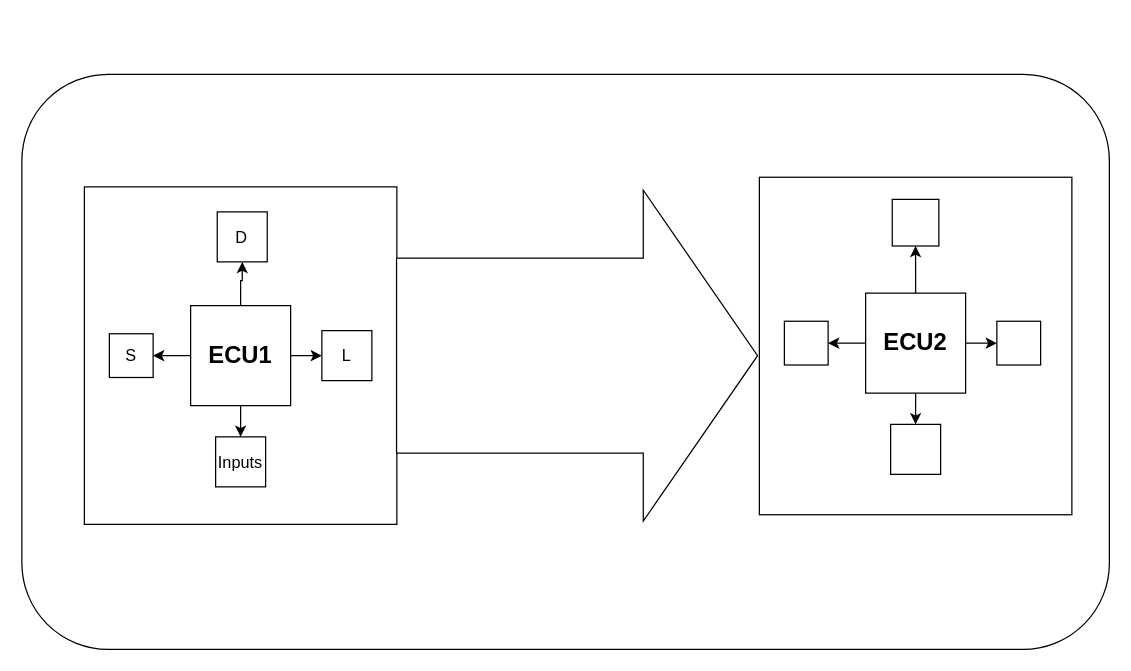
Above: Untitled Diagram.drawio in Tasnime1/Automotive-Door-Control-System-Design-Full-Static-and-Dynamic-Designs (draw.io), before the change. Source tidied: cells renumbered, new cells numbered last; positions are measured from the earlier drawing's top-left corner, leaving out a move shared by most shapes. Both pictures are drawn from the tidied source at 125%, with x=0, y=0 at pixel (21, 74).
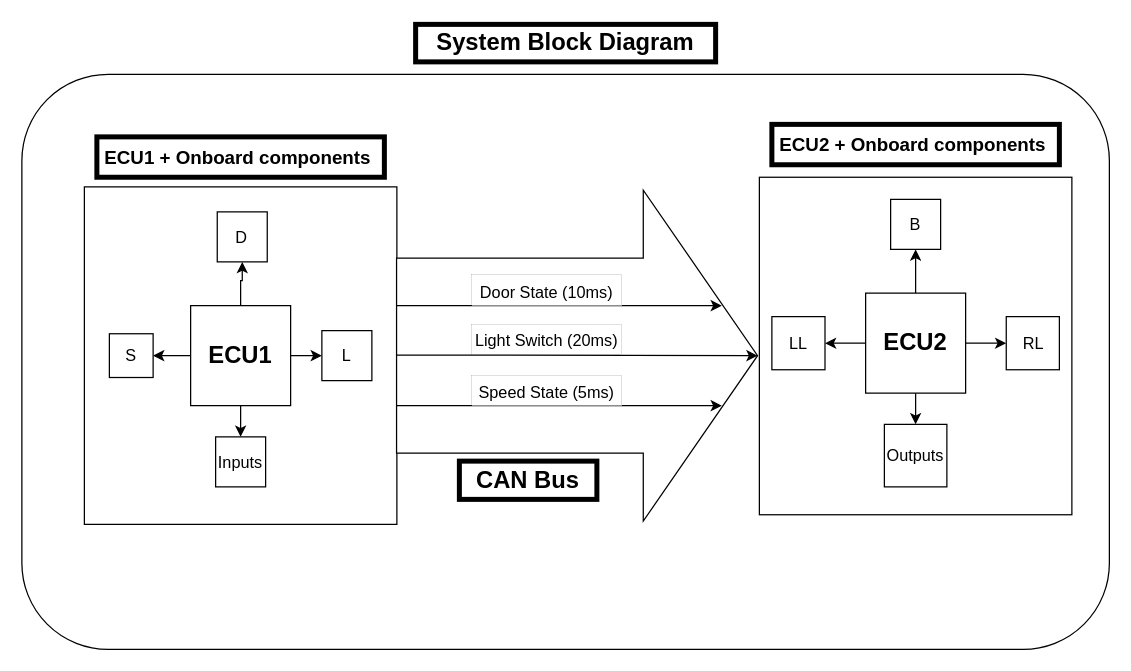
The same page after the edit.

The change refers to these unchanged cells:
```xml
<mxCell id="9" style="html=1;shadow=0;dashed=0;align=center;verticalAlign=middle;shape=mxgraph.arrows2.arrow;dy=0.41;dx=91.43;direction=north;notch=0;rotation=90;" parent="1" vertex="1">
  <mxGeometry x="311.8" y="80.6" width="264.7" height="288.8" as="geometry" />
</mxCell>
```

Change to the diagram source:
```diff
@@
-    <mxCell id="20" style="whiteSpace=wrap;html=1;" parent="1" vertex="1">
-      <mxGeometry x="780" y="197.5" width="35" height="35" as="geometry" />
+    <mxCell id="20" value="&lt;font style=&quot;font-size: 13px;&quot;&gt;RL&lt;/font&gt;" style="whiteSpace=wrap;html=1;" parent="1" vertex="1">
+      <mxGeometry x="787.5" y="193.8" width="42.5" height="42.5" as="geometry" />
     </mxCell>
-    <mxCell id="21" style="whiteSpace=wrap;html=1;" parent="1" vertex="1">
-      <mxGeometry x="610" y="197.5" width="35" height="35" as="geometry" />
+    <mxCell id="21" value="&lt;font style=&quot;font-size: 13px;&quot;&gt;LL&lt;/font&gt;" style="whiteSpace=wrap;html=1;" parent="1" vertex="1">
+      <mxGeometry x="600" y="193.8" width="42.5" height="42.5" as="geometry" />
     </mxCell>
-    <mxCell id="22" style="whiteSpace=wrap;html=1;" parent="1" vertex="1">
-      <mxGeometry x="696.3" y="100" width="37.3" height="37.3" as="geometry" />
+    <mxCell id="22" value="&lt;font style=&quot;font-size: 13px;&quot;&gt;B&lt;/font&gt;" style="whiteSpace=wrap;html=1;" parent="1" vertex="1">
+      <mxGeometry x="695" y="100" width="40" height="40" as="geometry" />
     </mxCell>
-    <mxCell id="23" style="whiteSpace=wrap;html=1;" parent="1" vertex="1">
-      <mxGeometry x="695" y="280" width="40" height="40" as="geometry" />
+    <mxCell id="23" value="&lt;font style=&quot;font-size: 13px;&quot;&gt;Outputs&lt;/font&gt;" style="whiteSpace=wrap;html=1;" parent="1" vertex="1">
+      <mxGeometry x="690" y="280" width="50" height="50" as="geometry" />
     </mxCell>
+    <mxCell id="24" value="&lt;font size=&quot;1&quot; style=&quot;&quot;&gt;&lt;b style=&quot;font-size: 15px;&quot;&gt;ECU1 + Onboard components&amp;nbsp;&lt;/b&gt;&lt;/font&gt;" style="rounded=0;whiteSpace=wrap;html=1;strokeWidth=4;fontSize=13;" parent="1" vertex="1">
+      <mxGeometry x="60" y="50" width="230" height="32.3" as="geometry" />
+    </mxCell>
+    <mxCell id="25" value="&lt;b&gt;&lt;font style=&quot;font-size: 15px;&quot;&gt;ECU2 + Onboard components&amp;nbsp;&lt;/font&gt;&lt;/b&gt;" style="rounded=0;whiteSpace=wrap;html=1;strokeWidth=4;fontSize=13;" parent="1" vertex="1">
+      <mxGeometry x="600" y="40" width="230" height="32.3" as="geometry" />
+    </mxCell>
+    <mxCell id="26" value="&lt;font style=&quot;font-size: 19px;&quot;&gt;&lt;b&gt;CAN Bus&lt;/b&gt;&lt;/font&gt;" style="rounded=0;whiteSpace=wrap;html=1;strokeWidth=4;fontSize=13;" parent="1" vertex="1">
+      <mxGeometry x="350" y="309.4" width="110" height="30.6" as="geometry" />
+    </mxCell>
+    <mxCell id="27" style="endArrow=classic;html=1;rounded=0;fontSize=13;" parent="1" edge="1">
+      <mxGeometry relative="1" as="geometry">
+        <mxPoint x="300" y="185" as="sourcePoint" />
+        <mxPoint x="560" y="185" as="targetPoint" />
+      </mxGeometry>
+    </mxCell>
+    <mxCell id="28" style="endArrow=classic;html=1;rounded=0;fontSize=13;" parent="1" edge="1">
+      <mxGeometry relative="1" as="geometry">
+        <mxPoint x="300" y="265" as="sourcePoint" />
+        <mxPoint x="560" y="265" as="targetPoint" />
+      </mxGeometry>
+    </mxCell>
+    <mxCell id="29" style="endArrow=classic;html=1;rounded=0;fontSize=13;entryX=1;entryY=0.5;entryDx=0;entryDy=0;entryPerimeter=0;" parent="1" edge="1" target="9">
+      <mxGeometry relative="1" as="geometry">
+        <mxPoint x="300" y="224.5" as="sourcePoint" />
+      </mxGeometry>
+    </mxCell>
+    <mxCell id="30" value="&lt;font style=&quot;font-size: 19px;&quot;&gt;&lt;b&gt;System Block Diagram&lt;/b&gt;&lt;/font&gt;" style="rounded=0;whiteSpace=wrap;html=1;strokeWidth=4;fontSize=13;" parent="1" vertex="1">
+      <mxGeometry x="315" y="-40" width="240" height="30" as="geometry" />
+    </mxCell>
+    <mxCell id="31" value="&lt;font style=&quot;font-size: 13px;&quot;&gt;Door State (10ms)&lt;/font&gt;" style="rounded=0;whiteSpace=wrap;html=1;strokeWidth=0;fontSize=19;align=center;dashed=1;" parent="1" vertex="1">
+      <mxGeometry x="360" y="160" width="120" height="25" as="geometry" />
+    </mxCell>
+    <mxCell id="32" value="&lt;font style=&quot;font-size: 13px;&quot;&gt;Light Switch (20ms)&lt;/font&gt;" style="rounded=0;whiteSpace=wrap;html=1;strokeWidth=0;fontSize=19;align=center;dashed=1;" parent="1" vertex="1">
+      <mxGeometry x="360" y="200" width="120" height="23.8" as="geometry" />
+    </mxCell>
+    <mxCell id="33" value="&lt;font style=&quot;font-size: 13px;&quot;&gt;Speed State (5ms)&lt;/font&gt;" style="rounded=0;whiteSpace=wrap;html=1;strokeWidth=0;fontSize=19;align=center;dashed=1;" parent="1" vertex="1">
+      <mxGeometry x="360" y="241.2" width="120" height="23.8" as="geometry" />
+    </mxCell>
```
